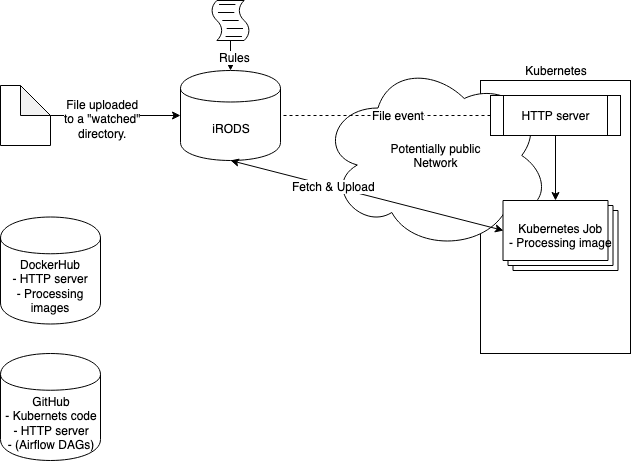
This is WUR-event-driven.png from sara-nl/wur-event-driven, a draw.io export, as it was before one commit. Source tidied: cells renumbered, new cells last; positions are measured from the earlier drawing's top-left corner, leaving out a move shared by most shapes.
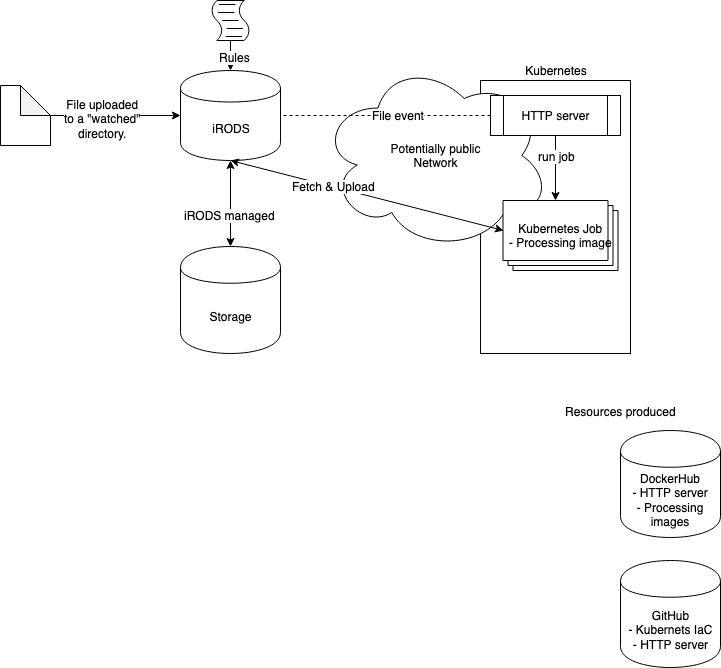
After the change.

Change to the diagram source:
```diff
@@ -44,17 +44,32 @@
     <mxCell id="15" style="endArrow=classic;html=1;entryX=0;entryY=0;entryDx=52.5;entryDy=0;entryPerimeter=0;exitX=0.5;exitY=1;exitDx=0;exitDy=0;" parent="1" edge="1" source="13" target="14">
       <mxGeometry relative="1" as="geometry" />
     </mxCell>
-    <mxCell id="16" value="&lt;div&gt;DockerHub&lt;/div&gt;&lt;div&gt;- HTTP server&lt;/div&gt;&lt;div&gt;- Processing images&lt;br&gt;&lt;/div&gt;" style="shape=cylinder;whiteSpace=wrap;html=1;boundedLbl=1;backgroundOutline=1;" parent="1" vertex="1">
-      <mxGeometry y="216.5" width="100" height="107" as="geometry" />
+    <mxCell id="16" value="run job" style="text;html=1;align=center;verticalAlign=middle;labelBackgroundColor=#ffffff;" parent="15" vertex="1">
+      <mxGeometry x="-0.38" y="1" relative="1" as="geometry" />
     </mxCell>
-    <mxCell id="17" value="&lt;div&gt;GitHub&lt;/div&gt;&lt;div&gt;- Kubernets code&lt;/div&gt;&lt;div&gt;- HTTP server&lt;/div&gt;&lt;div&gt;- (Airflow DAGs)&lt;br&gt;&lt;/div&gt;" style="shape=cylinder;whiteSpace=wrap;html=1;boundedLbl=1;backgroundOutline=1;" parent="1" vertex="1">
-      <mxGeometry y="353" width="100" height="107" as="geometry" />
+    <mxCell id="17" value="&lt;div&gt;DockerHub&lt;/div&gt;&lt;div&gt;- HTTP server&lt;/div&gt;&lt;div&gt;- Processing images&lt;br&gt;&lt;/div&gt;" style="shape=cylinder;whiteSpace=wrap;html=1;boundedLbl=1;backgroundOutline=1;" parent="1" vertex="1">
+      <mxGeometry x="620" y="430" width="100" height="107" as="geometry" />
     </mxCell>
-    <mxCell id="18" style="endArrow=classic;startArrow=classic;html=1;exitX=0.5;exitY=1;exitDx=0;exitDy=0;entryX=0;entryY=0;entryDx=0;entryDy=30;entryPerimeter=0;" parent="1" edge="1" source="3" target="14">
-      <mxGeometry relative="1" as="geometry" />
+    <mxCell id="18" value="&lt;div&gt;GitHub&lt;/div&gt;&lt;div&gt;- Kubernets IaC&lt;/div&gt;&lt;div&gt;- HTTP server&lt;/div&gt;" style="shape=cylinder;whiteSpace=wrap;html=1;boundedLbl=1;backgroundOutline=1;" parent="1" vertex="1">
+      <mxGeometry x="620" y="560" width="100" height="107" as="geometry" />
     </mxCell>
-    <mxCell id="19" value="Fetch &amp;amp; Upload" style="text;html=1;align=center;verticalAlign=middle;labelBackgroundColor=#ffffff;" parent="18" vertex="1">
-      <mxGeometry x="-0.25" y="1" relative="1" as="geometry" />
+    <mxCell id="19" style="endArrow=classic;startArrow=classic;html=1;exitX=0.5;exitY=1;exitDx=0;exitDy=0;entryX=0;entryY=0;entryDx=0;entryDy=30;entryPerimeter=0;" parent="1" edge="1" source="3" target="14">
+      <mxGeometry relative="1" as="geometry" />
     </mxCell>
+    <mxCell id="20" value="Fetch &amp;amp; Upload" style="text;html=1;align=center;verticalAlign=middle;labelBackgroundColor=#ffffff;" parent="19" vertex="1">
+      <mxGeometry x="-0.25" y="1" relative="1" as="geometry" />
+    </mxCell>
+    <mxCell id="21" value="Storage" style="shape=cylinder;whiteSpace=wrap;html=1;boundedLbl=1;backgroundOutline=1;" parent="1" vertex="1">
+      <mxGeometry x="180" y="246" width="100" height="107" as="geometry" />
+    </mxCell>
+    <mxCell id="22" style="endArrow=classic;startArrow=classic;html=1;exitX=0.5;exitY=0;exitDx=0;exitDy=0;" parent="1" edge="1" source="21" target="3">
+      <mxGeometry relative="1" as="geometry" />
+    </mxCell>
+    <mxCell id="23" value="iRODS managed" style="text;html=1;align=center;verticalAlign=middle;labelBackgroundColor=#ffffff;" parent="22" vertex="1">
+      <mxGeometry x="-0.25" y="1" relative="1" as="geometry" />
+    </mxCell>
+    <mxCell id="24" value="Resources produced" style="text;html=1;align=center;verticalAlign=middle;labelBackgroundColor=#ffffff;" parent="1" vertex="1">
+      <mxGeometry x="620" y="410" as="geometry" />
+    </mxCell>
   </root>
 </mxGraphModel>
```
